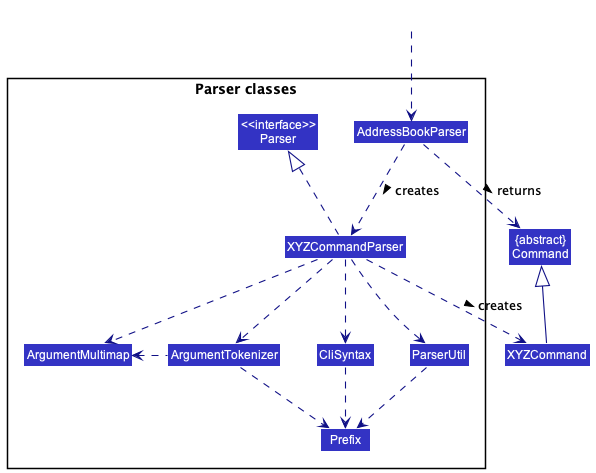
Earlier version of the PlantUML export docs/images/ParserClasses.png (nus-cs2103-AY2223S1/tp).
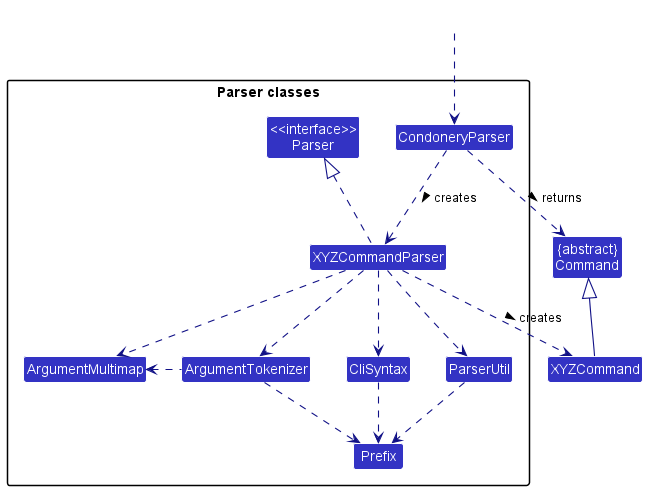
Later version of the same file.

Change to the diagram source:
```diff
@@ -9,7 +9,7 @@
 
 package "Parser classes"{
 Class "<<interface>>\nParser" as Parser
-Class AddressBookParser
+Class CondoneryParser
 Class XYZCommandParser
 Class CliSyntax
 Class ParserUtil
@@ -19,12 +19,12 @@
 }
 
 Class HiddenOutside #FFFFFF
-HiddenOutside ..> AddressBookParser
+HiddenOutside ..> CondoneryParser
 
-AddressBookParser .down.> XYZCommandParser: creates >
+CondoneryParser .down.> XYZCommandParser: creates >
 
 XYZCommandParser ..> XYZCommand : creates >
-AddressBookParser ..> Command : returns >
+CondoneryParser ..> Command : returns >
 XYZCommandParser .up.|> Parser
 XYZCommandParser ..> ArgumentMultimap
 XYZCommandParser ..> ArgumentTokenizer
```
